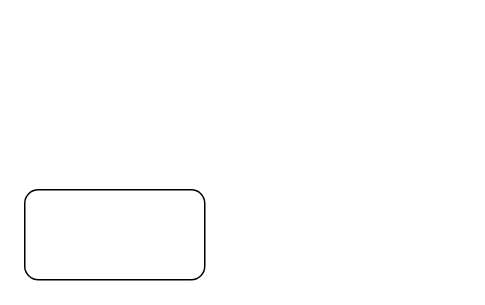
Before: page "Page-1" (1 of 2) of Untitled Diagram.drawio in YYB1024/TestRepository, a draw.io diagram. Source tidied: cells renumbered, new cells numbered last; positions are measured from the earlier drawing's top-left corner, leaving out a move shared by most shapes. Both pictures are drawn from the tidied source at 150%, with x=0, y=0 at pixel (24, 189).
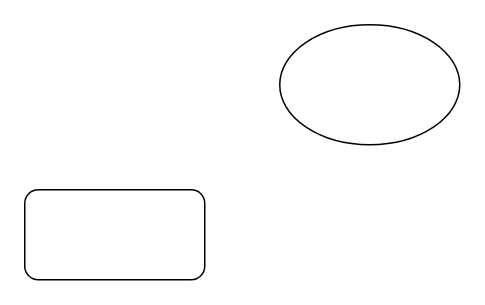
After the change.

Diff of the diagram source:
```diff
@@
 <mxGraphModel>
   <root>
     <mxCell id="0" />
     <mxCell id="1" parent="0" />
     <mxCell id="2" style="rounded=1;whiteSpace=wrap;html=1;" parent="1" vertex="1">
       <mxGeometry width="120" height="60" as="geometry" />
     </mxCell>
+    <mxCell id="3" style="ellipse;whiteSpace=wrap;html=1;" parent="1" vertex="1">
+      <mxGeometry x="170" y="-110" width="120" height="80" as="geometry" />
+    </mxCell>
   </root>
 </mxGraphModel>
```
